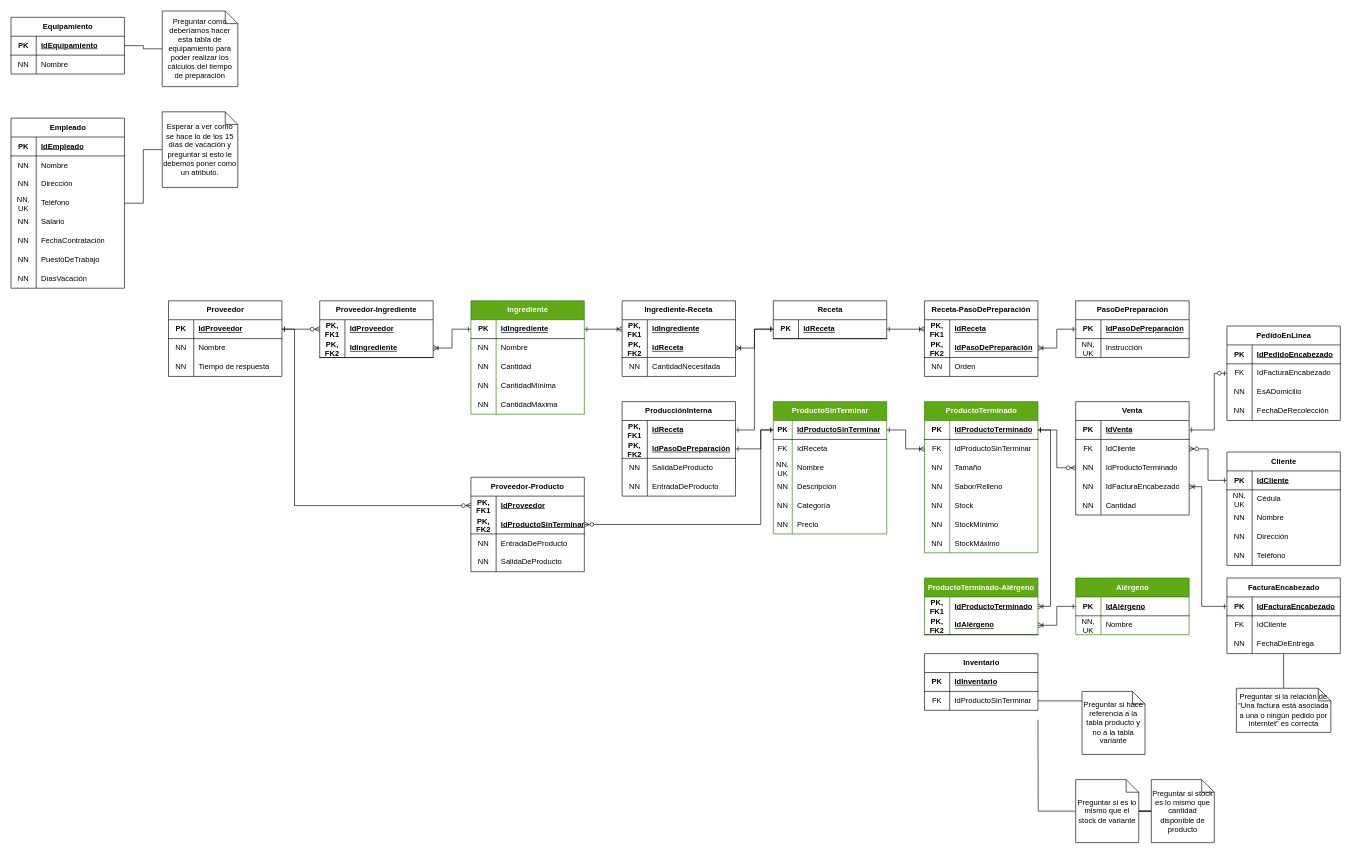
This is Diagramas Delicias Artesanales.drawio from gfranciscoerazom/ProyectoIntegradorDeliciasArtesanales, a draw.io file, before an edit. Source tidied: cells renumbered, new cells numbered last; positions are measured from the earlier drawing's top-left corner, leaving out a move shared by most shapes. Both pictures are drawn from the tidied source at 63%, with x=0, y=0 at pixel (11, 11).
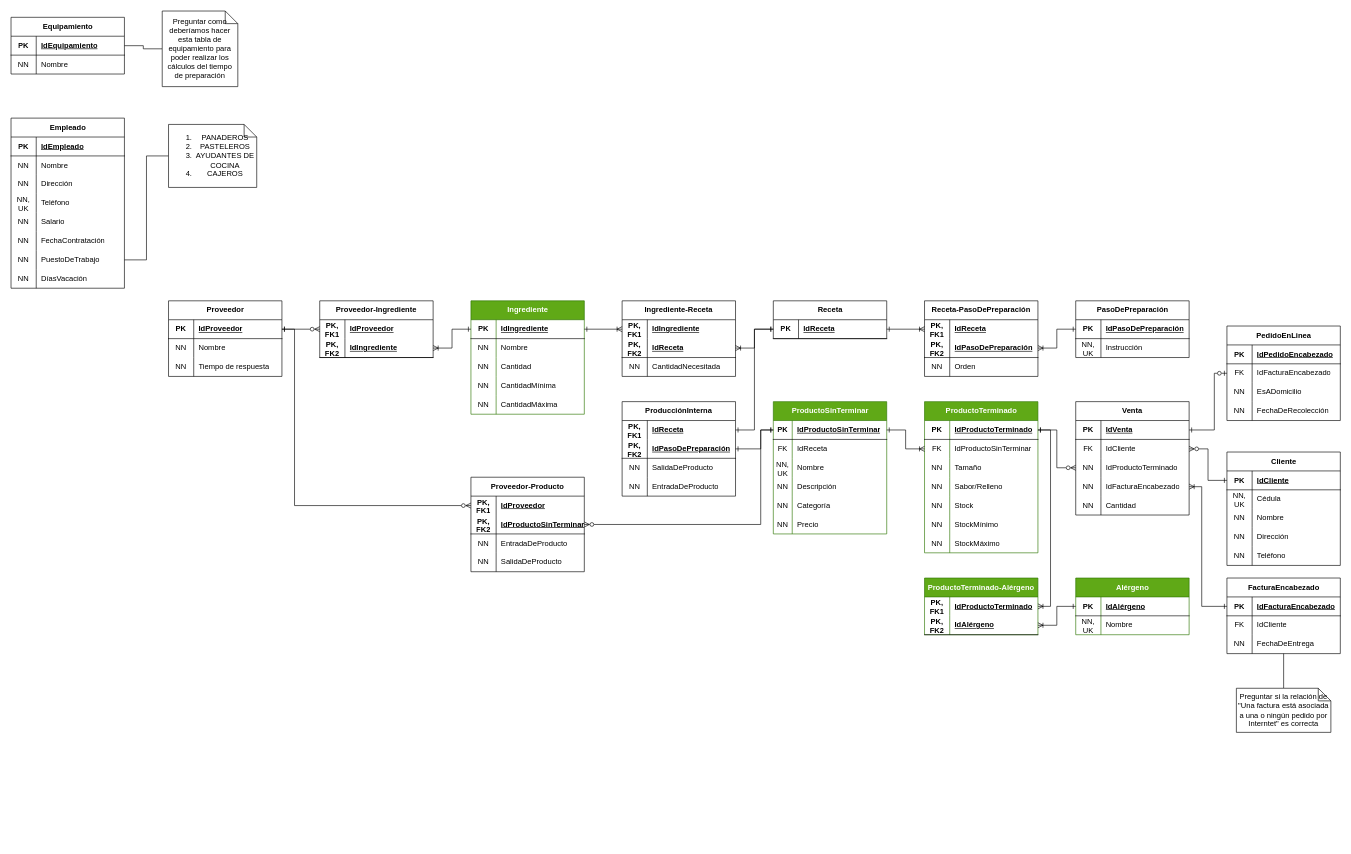
The same page after the edit.

Commit message:
Retouching the employee part

The change refers to these unchanged cells:
```xml
<mxCell id="2" value="Empleado" style="shape=table;startSize=30;childLayout=tableLayout;rowLines=0;fontStyle=1;align=center;html=1;" parent="1" vertex="1">
  <mxGeometry y="170" width="180" height="270" as="geometry" />
</mxCell>
<mxCell id="21" style="shape=tableRow;horizontal=0;startSize=0;swimlaneHead=0;swimlaneBody=0;fillColor=none;points=[[0,0.5],[1,0.5]];portConstraint=eastwest;top=0;left=0;right=0;bottom=0;" parent="2" vertex="1">
  <mxGeometry y="210" width="180" height="30" as="geometry" />
</mxCell>
```

Diff of the diagram source:
```diff
@@
-    <mxCell id="96" style="edgeStyle=orthogonalEdgeStyle;rounded=0;jettySize=auto;html=1;exitX=0;exitY=0.5;exitDx=0;exitDy=0;exitPerimeter=0;endArrow=none;endFill=0;" parent="1" edge="1" source="97" target="2">
-      <mxGeometry relative="1" as="geometry" />
-    </mxCell>
-    <mxCell id="97" value="Esperar a ver como se hace lo de los 15 días de vacación y preguntar si esto le debemos poner como un atributo." style="shape=note;size=20;whiteSpace=wrap;html=1;" parent="1" vertex="1">
-      <mxGeometry x="240" y="160" width="120" height="120" as="geometry" />
-    </mxCell>
@@
-    <mxCell id="158" value="Inventario" style="shape=table;startSize=30;childLayout=tableLayout;rowLines=0;fontStyle=1;align=center;html=1;" parent="1" vertex="1">
-      <mxGeometry x="1450" y="1020" width="180" height="90" as="geometry" />
-    </mxCell>
-    <mxCell id="159" style="shape=tableRow;horizontal=0;startSize=0;swimlaneHead=0;swimlaneBody=0;fillColor=none;top=0;left=0;right=0;bottom=1;" parent="158" vertex="1">
-      <mxGeometry y="30" width="180" height="30" as="geometry" />
-    </mxCell>
-    <mxCell id="160" value="PK" style="shape=partialRectangle;fillColor=none;top=0;left=0;bottom=0;right=0;fontStyle=1;overflow=hidden;whiteSpace=wrap;html=1;" parent="159" vertex="1">
-      <mxGeometry width="40" height="30" as="geometry" />
-    </mxCell>
-    <mxCell id="161" value="IdInventario" style="shape=partialRectangle;fillColor=none;top=0;left=0;bottom=0;right=0;align=left;spacingLeft=6;fontStyle=5;overflow=hidden;whiteSpace=wrap;html=1;" parent="159" vertex="1">
-      <mxGeometry x="40" width="140" height="30" as="geometry" />
-    </mxCell>
-    <mxCell id="162" style="shape=tableRow;horizontal=0;startSize=0;swimlaneHead=0;swimlaneBody=0;fillColor=none;points=[[0,0.5],[1,0.5]];portConstraint=eastwest;top=0;left=0;right=0;bottom=0;" parent="158" vertex="1">
-      <mxGeometry y="60" width="180" height="30" as="geometry" />
-    </mxCell>
-    <mxCell id="163" value="FK" style="shape=partialRectangle;fillColor=none;top=0;left=0;bottom=0;right=0;overflow=hidden;whiteSpace=wrap;html=1;" parent="162" vertex="1">
-      <mxGeometry width="40" height="30" as="geometry" />
-    </mxCell>
-    <mxCell id="164" value="IdProductoSinTerminar " style="shape=partialRectangle;fillColor=none;top=0;left=0;bottom=0;right=0;align=left;spacingLeft=6;overflow=hidden;whiteSpace=wrap;html=1;" parent="162" vertex="1">
-      <mxGeometry x="40" width="140" height="30" as="geometry" />
-    </mxCell>
-    <mxCell id="165" style="edgeStyle=orthogonalEdgeStyle;rounded=0;jettySize=auto;html=1;exitX=0;exitY=0.5;exitDx=0;exitDy=0;exitPerimeter=0;endArrow=none;endFill=0;" parent="1" edge="1" source="166" target="168">
-      <mxGeometry relative="1" as="geometry" />
-    </mxCell>
-    <mxCell id="166" value="Preguntar si stock es lo mismo que cantidad disponible de producto" style="shape=note;size=20;whiteSpace=wrap;html=1;" parent="1" vertex="1">
-      <mxGeometry x="1810" y="1220" width="100" height="100" as="geometry" />
-    </mxCell>
-    <mxCell id="167" style="edgeStyle=orthogonalEdgeStyle;rounded=0;jettySize=auto;html=1;exitX=0;exitY=0.5;exitDx=0;exitDy=0;exitPerimeter=0;endArrow=none;endFill=0;" parent="1" edge="1" source="168">
-      <mxGeometry relative="1" as="geometry">
-        <mxPoint x="1630" y="1125" as="targetPoint" />
-      </mxGeometry>
-    </mxCell>
-    <mxCell id="168" value="Preguntar si es lo mismo que el stock de variante" style="shape=note;size=20;whiteSpace=wrap;html=1;" parent="1" vertex="1">
-      <mxGeometry x="1690" y="1220" width="100" height="100" as="geometry" />
-    </mxCell>
-    <mxCell id="169" style="edgeStyle=orthogonalEdgeStyle;rounded=0;jettySize=auto;html=1;endArrow=none;endFill=0;" parent="1" edge="1" source="170" target="162">
-      <mxGeometry relative="1" as="geometry">
-        <Array as="points">
-          <mxPoint x="1680" y="1095" />
-          <mxPoint x="1680" y="1095" />
-        </Array>
-      </mxGeometry>
-    </mxCell>
-    <mxCell id="170" value="Preguntar si hace referencia a la tabla producto y no a la tabla variante" style="shape=note;size=20;whiteSpace=wrap;html=1;" parent="1" vertex="1">
-      <mxGeometry x="1700" y="1080" width="100" height="100" as="geometry" />
-    </mxCell>
@@
+    <mxCell id="270" style="edgeStyle=orthogonalEdgeStyle;rounded=0;jettySize=auto;html=1;exitX=0;exitY=0.5;exitDx=0;exitDy=0;exitPerimeter=0;endArrow=none;endFill=0;" parent="1" edge="1" source="271" target="21">
+      <mxGeometry relative="1" as="geometry" />
+    </mxCell>
+    <mxCell id="271" value="&lt;ol&gt;&lt;li&gt;PANADEROS&lt;/li&gt;&lt;li&gt;PASTELEROS&lt;/li&gt;&lt;li&gt;AYUDANTES DE COCINA&lt;/li&gt;&lt;li&gt;CAJEROS&lt;/li&gt;&lt;/ol&gt;" style="shape=note;size=20;whiteSpace=wrap;html=1;" parent="1" vertex="1">
+      <mxGeometry x="250" y="180" width="140" height="100" as="geometry" />
+    </mxCell>
```
